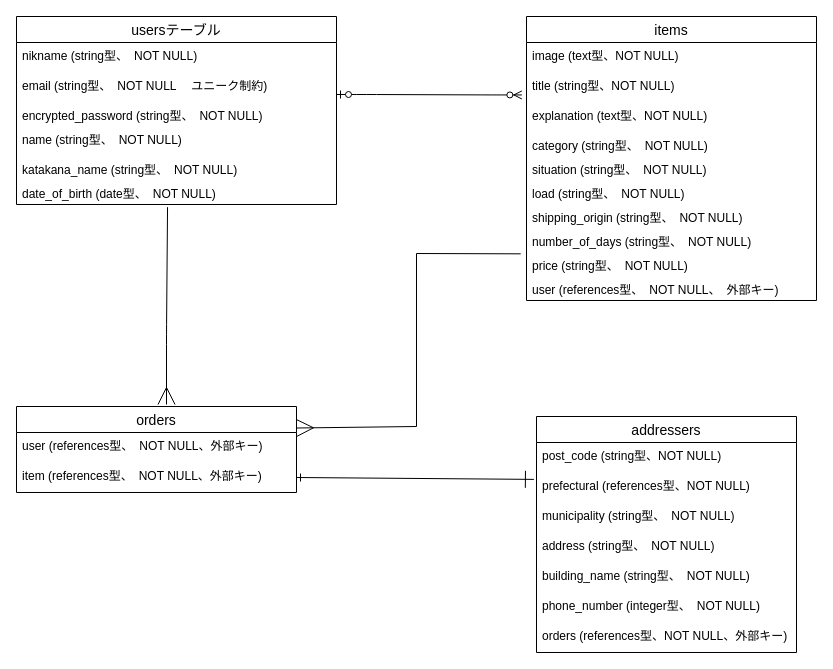
Before: app/assets/stylesheets/furima.dio in monmon0611/furima-38162, a draw.io diagram. Source tidied: cells renumbered, new cells numbered last; positions are measured from the earlier drawing's top-left corner, leaving out a move shared by most shapes. Both pictures are drawn from the tidied source at 100%, with x=0, y=0 at pixel (16, 16).
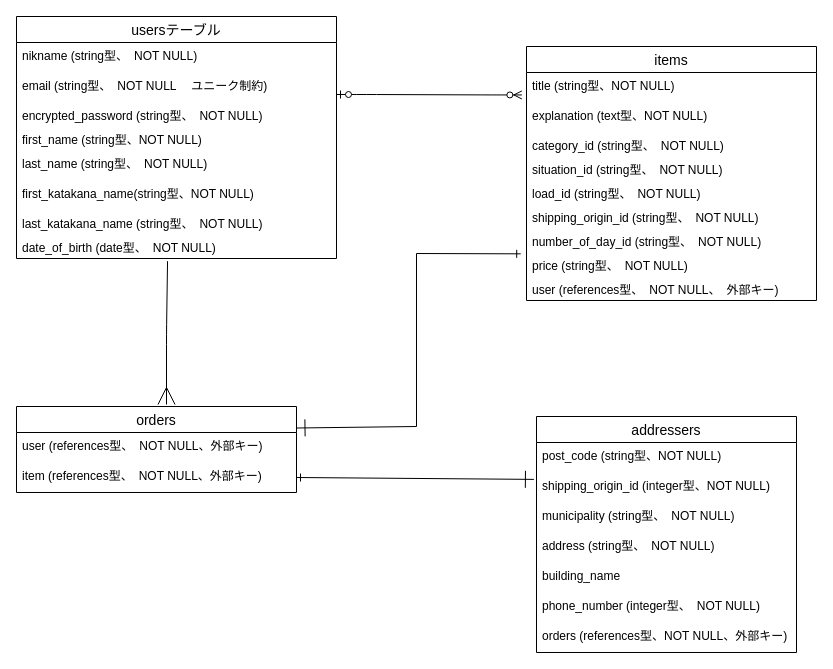
The same page after the edit.

The change refers to these unchanged cells:
```xml
<mxCell id="20" value="orders" style="swimlane;fontStyle=0;horizontal=1;startSize=26;align=center;fontSize=14;" parent="1" vertex="1">
  <mxGeometry y="390" width="280" height="86" as="geometry" />
</mxCell>
<mxCell id="23" value="addressers" style="swimlane;fontStyle=0;horizontal=1;startSize=26;align=center;fontSize=14;" parent="1" vertex="1">
  <mxGeometry x="520" y="400" width="260" height="236" as="geometry" />
</mxCell>
```

Diff of the diagram source:
```diff
@@
     <mxCell id="2" value="usersテーブル" style="swimlane;fontStyle=0;horizontal=1;startSize=26;align=center;fontSize=14;" parent="1" vertex="1">
-      <mxGeometry width="320" height="188" as="geometry" />
+      <mxGeometry width="320" height="242" as="geometry" />
     </mxCell>
@@
+    <mxCell id="35" value="first_name (string型、NOT NULL)" style="text;strokeColor=none;fillColor=none;spacingLeft=4;spacingRight=4;overflow=hidden;fontSize=12;" parent="2" vertex="1">
+      <mxGeometry y="110" width="320" height="24" as="geometry" />
+    </mxCell>
-    <mxCell id="6" value="name (string型、　NOT NULL)" style="text;strokeColor=none;fillColor=none;spacingLeft=4;spacingRight=4;overflow=hidden;fontSize=12;" parent="2" vertex="1">
-      <mxGeometry y="110" width="320" height="30" as="geometry" />
+    <mxCell id="6" value="last_name (string型、　NOT NULL)" style="text;strokeColor=none;fillColor=none;spacingLeft=4;spacingRight=4;overflow=hidden;fontSize=12;" parent="2" vertex="1">
+      <mxGeometry y="134" width="320" height="30" as="geometry" />
     </mxCell>
+    <mxCell id="36" value="first_katakana_name(string型、NOT NULL)" style="text;strokeColor=none;fillColor=none;spacingLeft=4;spacingRight=4;overflow=hidden;fontSize=12;" parent="2" vertex="1">
+      <mxGeometry y="164" width="320" height="30" as="geometry" />
+    </mxCell>
-    <mxCell id="7" value="katakana_name (string型、　NOT NULL)" style="text;strokeColor=none;fillColor=none;spacingLeft=4;spacingRight=4;overflow=hidden;fontSize=12;" parent="2" vertex="1">
-      <mxGeometry y="140" width="320" height="24" as="geometry" />
+    <mxCell id="7" value="last_katakana_name (string型、　NOT NULL)" style="text;strokeColor=none;fillColor=none;spacingLeft=4;spacingRight=4;overflow=hidden;fontSize=12;" parent="2" vertex="1">
+      <mxGeometry y="194" width="320" height="24" as="geometry" />
     </mxCell>
     <mxCell id="8" value="date_of_birth (date型、　NOT NULL)" style="text;strokeColor=none;fillColor=none;spacingLeft=4;spacingRight=4;overflow=hidden;points=[[0,0.5],[1,0.5]];portConstraint=eastwest;fontSize=12;" parent="2" vertex="1">
-      <mxGeometry y="164" width="320" height="24" as="geometry" />
+      <mxGeometry y="218" width="320" height="24" as="geometry" />
     </mxCell>
     <mxCell id="9" value="items" style="swimlane;fontStyle=0;horizontal=1;startSize=26;align=center;fontSize=14;" parent="1" vertex="1">
-      <mxGeometry x="510" width="290" height="284" as="geometry" />
+      <mxGeometry x="510" y="30" width="290" height="254" as="geometry" />
     </mxCell>
-    <mxCell id="10" value="image (text型、NOT NULL)" style="text;strokeColor=none;fillColor=none;spacingLeft=4;spacingRight=4;overflow=hidden;fontSize=12;" parent="9" vertex="1">
-      <mxGeometry y="26" width="290" height="30" as="geometry" />
-    </mxCell>
     <mxCell id="11" value="title (string型、NOT NULL)" style="text;strokeColor=none;fillColor=none;spacingLeft=4;spacingRight=4;overflow=hidden;points=[[0,0.5],[1,0.5]];portConstraint=eastwest;fontSize=12;" parent="9" vertex="1">
-      <mxGeometry y="56" width="290" height="30" as="geometry" />
+      <mxGeometry y="26" width="290" height="30" as="geometry" />
     </mxCell>
     <mxCell id="12" value="explanation (text型、NOT NULL)" style="text;strokeColor=none;fillColor=none;spacingLeft=4;spacingRight=4;overflow=hidden;fontSize=12;" parent="9" vertex="1">
-      <mxGeometry y="86" width="290" height="30" as="geometry" />
+      <mxGeometry y="56" width="290" height="30" as="geometry" />
     </mxCell>
-    <mxCell id="13" value="category (string型、　NOT NULL)" style="text;strokeColor=none;fillColor=none;spacingLeft=4;spacingRight=4;overflow=hidden;fontSize=12;" parent="9" vertex="1">
-      <mxGeometry y="116" width="290" height="24" as="geometry" />
+    <mxCell id="13" value="category_id (string型、　NOT NULL)" style="text;strokeColor=none;fillColor=none;spacingLeft=4;spacingRight=4;overflow=hidden;fontSize=12;" parent="9" vertex="1">
+      <mxGeometry y="86" width="290" height="24" as="geometry" />
     </mxCell>
-    <mxCell id="14" value="situation (string型、　NOT NULL)" style="text;strokeColor=none;fillColor=none;spacingLeft=4;spacingRight=4;overflow=hidden;fontSize=12;" parent="9" vertex="1">
-      <mxGeometry y="140" width="290" height="24" as="geometry" />
+    <mxCell id="14" value="situation_id (string型、　NOT NULL)" style="text;strokeColor=none;fillColor=none;spacingLeft=4;spacingRight=4;overflow=hidden;fontSize=12;" parent="9" vertex="1">
+      <mxGeometry y="110" width="290" height="24" as="geometry" />
     </mxCell>
-    <mxCell id="15" value="load (string型、　NOT NULL)" style="text;strokeColor=none;fillColor=none;spacingLeft=4;spacingRight=4;overflow=hidden;fontSize=12;" parent="9" vertex="1">
-      <mxGeometry y="164" width="290" height="24" as="geometry" />
+    <mxCell id="15" value="load_id (string型、　NOT NULL)" style="text;strokeColor=none;fillColor=none;spacingLeft=4;spacingRight=4;overflow=hidden;fontSize=12;" parent="9" vertex="1">
+      <mxGeometry y="134" width="290" height="24" as="geometry" />
     </mxCell>
-    <mxCell id="16" value="shipping_origin (string型、　NOT NULL)" style="text;strokeColor=none;fillColor=none;spacingLeft=4;spacingRight=4;overflow=hidden;fontSize=12;" parent="9" vertex="1">
-      <mxGeometry y="188" width="290" height="24" as="geometry" />
+    <mxCell id="16" value="shipping_origin_id (string型、　NOT NULL)" style="text;strokeColor=none;fillColor=none;spacingLeft=4;spacingRight=4;overflow=hidden;fontSize=12;" parent="9" vertex="1">
+      <mxGeometry y="158" width="290" height="24" as="geometry" />
     </mxCell>
-    <mxCell id="17" value="number_of_days (string型、　NOT NULL)" style="text;strokeColor=none;fillColor=none;spacingLeft=4;spacingRight=4;overflow=hidden;fontSize=12;" parent="9" vertex="1">
-      <mxGeometry y="212" width="290" height="24" as="geometry" />
+    <mxCell id="17" value="number_of_day_id (string型、　NOT NULL)" style="text;strokeColor=none;fillColor=none;spacingLeft=4;spacingRight=4;overflow=hidden;fontSize=12;" parent="9" vertex="1">
+      <mxGeometry y="182" width="290" height="24" as="geometry" />
     </mxCell>
     <mxCell id="18" value="price (string型、　NOT NULL)" style="text;strokeColor=none;fillColor=none;spacingLeft=4;spacingRight=4;overflow=hidden;points=[[0,0.5],[1,0.5]];portConstraint=eastwest;fontSize=12;" parent="9" vertex="1">
-      <mxGeometry y="236" width="290" height="24" as="geometry" />
+      <mxGeometry y="206" width="290" height="24" as="geometry" />
     </mxCell>
     <mxCell id="19" value="user (references型、　NOT NULL、　外部キー)" style="text;strokeColor=none;fillColor=none;spacingLeft=4;spacingRight=4;overflow=hidden;fontSize=12;" parent="9" vertex="1">
-      <mxGeometry y="260" width="290" height="24" as="geometry" />
+      <mxGeometry y="230" width="290" height="24" as="geometry" />
     </mxCell>
@@
-    <mxCell id="25" value="prefectural (references型、NOT NULL)" style="text;strokeColor=none;fillColor=none;spacingLeft=4;spacingRight=4;overflow=hidden;points=[[0,0.5],[1,0.5]];portConstraint=eastwest;fontSize=12;" parent="23" vertex="1">
+    <mxCell id="25" value="shipping_origin_id (integer型、NOT NULL)" style="text;strokeColor=none;fillColor=none;spacingLeft=4;spacingRight=4;overflow=hidden;points=[[0,0.5],[1,0.5]];portConstraint=eastwest;fontSize=12;" parent="23" vertex="1">
       <mxGeometry y="56" width="260" height="30" as="geometry" />
     </mxCell>
@@
-    <mxCell id="28" value="building_name (string型、　NOT NULL)" style="text;strokeColor=none;fillColor=none;spacingLeft=4;spacingRight=4;overflow=hidden;fontSize=12;" parent="23" vertex="1">
+    <mxCell id="28" value="building_name " style="text;strokeColor=none;fillColor=none;spacingLeft=4;spacingRight=4;overflow=hidden;fontSize=12;" parent="23" vertex="1">
       <mxGeometry y="146" width="260" height="30" as="geometry" />
     </mxCell>
@@
-    <mxCell id="33" style="endArrow=ERmany;html=1;rounded=0;startSize=6;endSize=15;strokeWidth=1;endFill=0;exitX=-0.02;exitY=0.056;exitDx=0;exitDy=0;exitPerimeter=0;entryX=1;entryY=0.25;entryDx=0;entryDy=0;" parent="1" edge="1" source="18" target="20">
+    <mxCell id="33" style="endArrow=ERone;html=1;rounded=0;startSize=6;endSize=15;strokeWidth=1;endFill=0;exitX=-0.02;exitY=0.056;exitDx=0;exitDy=0;exitPerimeter=0;entryX=1;entryY=0.25;entryDx=0;entryDy=0;startArrow=ERone;startFill=0;" parent="1" edge="1" source="18" target="20">
       <mxGeometry relative="1" as="geometry">
         <Array as="points">
           <mxPoint x="400" y="237" />
           <mxPoint x="400" y="410" />
         </Array>
       </mxGeometry>
     </mxCell>
```
